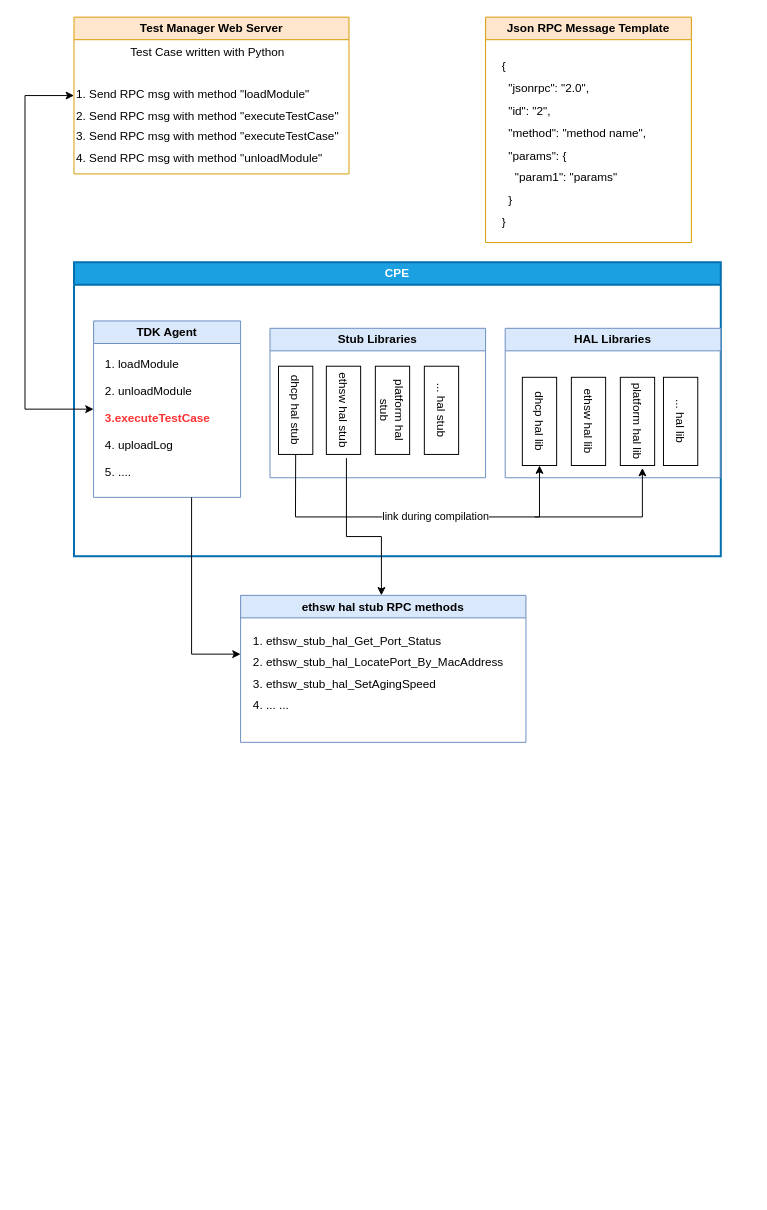
The draw.io diagram Data/TDK-Framework.drawio in HemingT/Diagram, before the edit. Source tidied: cells renumbered, new cells numbered last; positions are measured from the earlier drawing's top-left corner, leaving out a move shared by most shapes. Both pictures are drawn from the tidied source at 98%, with x=0, y=0 at pixel (24, 17).
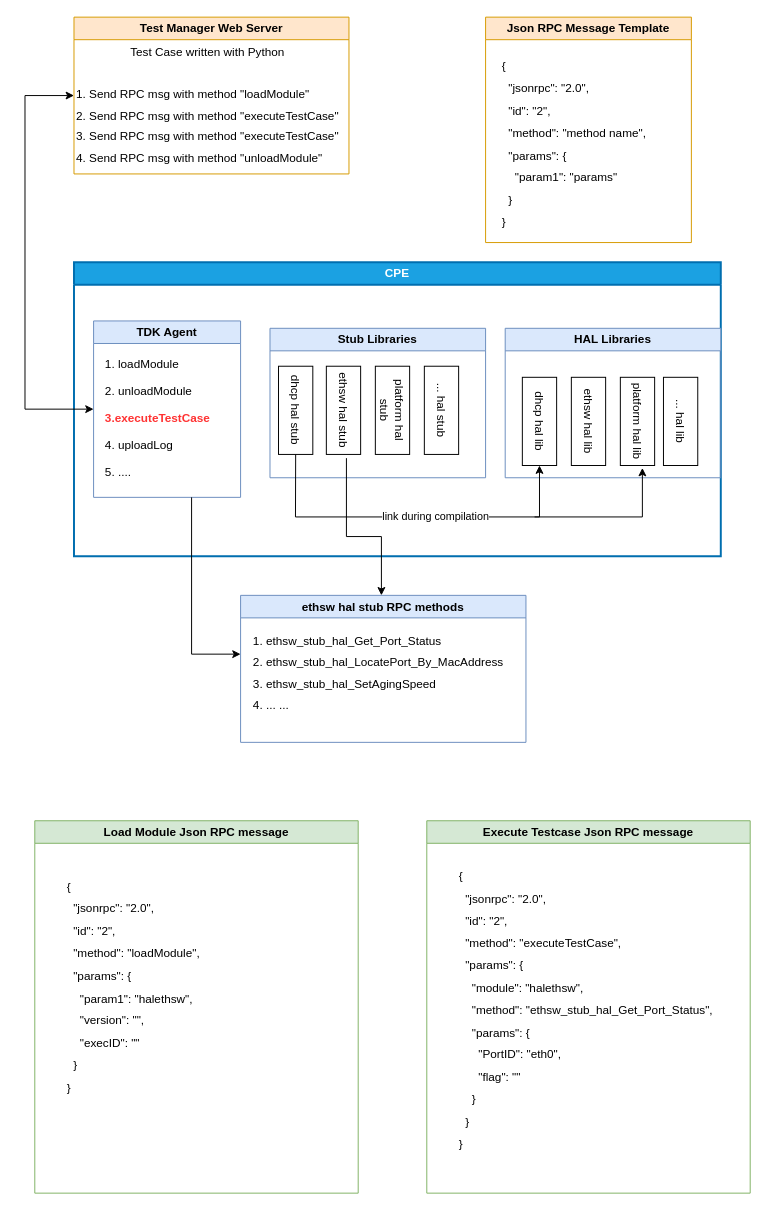
Above is the later version.

The edit, as a diff of the source:
```diff
@@
+    <mxCell id="27" value="Load Module Json RPC message" style="swimlane;whiteSpace=wrap;html=1;fillColor=#d5e8d4;strokeColor=#82b366;" parent="1" vertex="1">
+      <mxGeometry x="10" y="820" width="330" height="380" as="geometry" />
+    </mxCell>
+    <mxCell id="28" value="&lt;div style=&quot;line-height: 190%;&quot;&gt;&lt;div&gt;{&lt;/div&gt;&lt;div&gt;&amp;nbsp; &quot;jsonrpc&quot;: &quot;2.0&quot;,&lt;/div&gt;&lt;div&gt;&amp;nbsp; &quot;id&quot;: &quot;2&quot;,&lt;/div&gt;&lt;div&gt;&amp;nbsp; &quot;method&quot;: &quot;loadModule&quot;,&lt;/div&gt;&lt;div&gt;&amp;nbsp; &quot;params&quot;: {&lt;/div&gt;&lt;div&gt;&amp;nbsp; &amp;nbsp; &quot;param1&quot;: &quot;halethsw&quot;,&lt;/div&gt;&lt;div&gt;&amp;nbsp; &amp;nbsp; &quot;version&quot;: &quot;&quot;,&lt;/div&gt;&lt;div&gt;&amp;nbsp; &amp;nbsp; &quot;execID&quot;: &quot;&quot;&lt;/div&gt;&lt;div&gt;&amp;nbsp; }&lt;/div&gt;&lt;div&gt;}&lt;/div&gt;&lt;/div&gt;" style="text;html=1;align=left;verticalAlign=middle;strokeColor=none;fillColor=none;" parent="27" vertex="1">
+      <mxGeometry x="30.6" y="50" width="160" height="240" as="geometry" />
+    </mxCell>
+    <mxCell id="29" value="Execute Testcase Json RPC message" style="swimlane;whiteSpace=wrap;html=1;fillColor=#d5e8d4;strokeColor=#82b366;" parent="1" vertex="1">
+      <mxGeometry x="410" y="820" width="330" height="380" as="geometry" />
+    </mxCell>
+    <mxCell id="30" value="&lt;div style=&quot;line-height: 190%;&quot;&gt;&lt;div&gt;{&lt;/div&gt;&lt;div&gt;&amp;nbsp; &quot;jsonrpc&quot;: &quot;2.0&quot;,&lt;/div&gt;&lt;div&gt;&amp;nbsp; &quot;id&quot;: &quot;2&quot;,&lt;/div&gt;&lt;div&gt;&amp;nbsp; &quot;method&quot;: &quot;executeTestCase&quot;,&lt;/div&gt;&lt;div&gt;&amp;nbsp; &quot;params&quot;: {&lt;/div&gt;&lt;div&gt;&amp;nbsp; &amp;nbsp; &quot;module&quot;: &quot;halethsw&quot;,&lt;/div&gt;&lt;div&gt;&amp;nbsp; &amp;nbsp; &quot;method&quot;: &quot;ethsw_stub_hal_Get_Port_Status&quot;,&lt;/div&gt;&lt;div&gt;&amp;nbsp; &amp;nbsp; &quot;params&quot;: {&lt;/div&gt;&lt;div&gt;&amp;nbsp; &amp;nbsp; &amp;nbsp; &quot;PortID&quot;: &quot;eth0&quot;,&lt;/div&gt;&lt;div&gt;&amp;nbsp; &amp;nbsp; &amp;nbsp; &quot;flag&quot;: &quot;&quot;&lt;/div&gt;&lt;div&gt;&amp;nbsp; &amp;nbsp; }&lt;/div&gt;&lt;div&gt;&amp;nbsp; }&lt;/div&gt;&lt;div&gt;}&lt;/div&gt;&lt;div&gt;&lt;br&gt;&lt;/div&gt;&lt;/div&gt;" style="text;html=1;align=left;verticalAlign=middle;strokeColor=none;fillColor=none;" parent="29" vertex="1">
+      <mxGeometry x="30.6" y="40" width="280" height="330" as="geometry" />
+    </mxCell>
```
